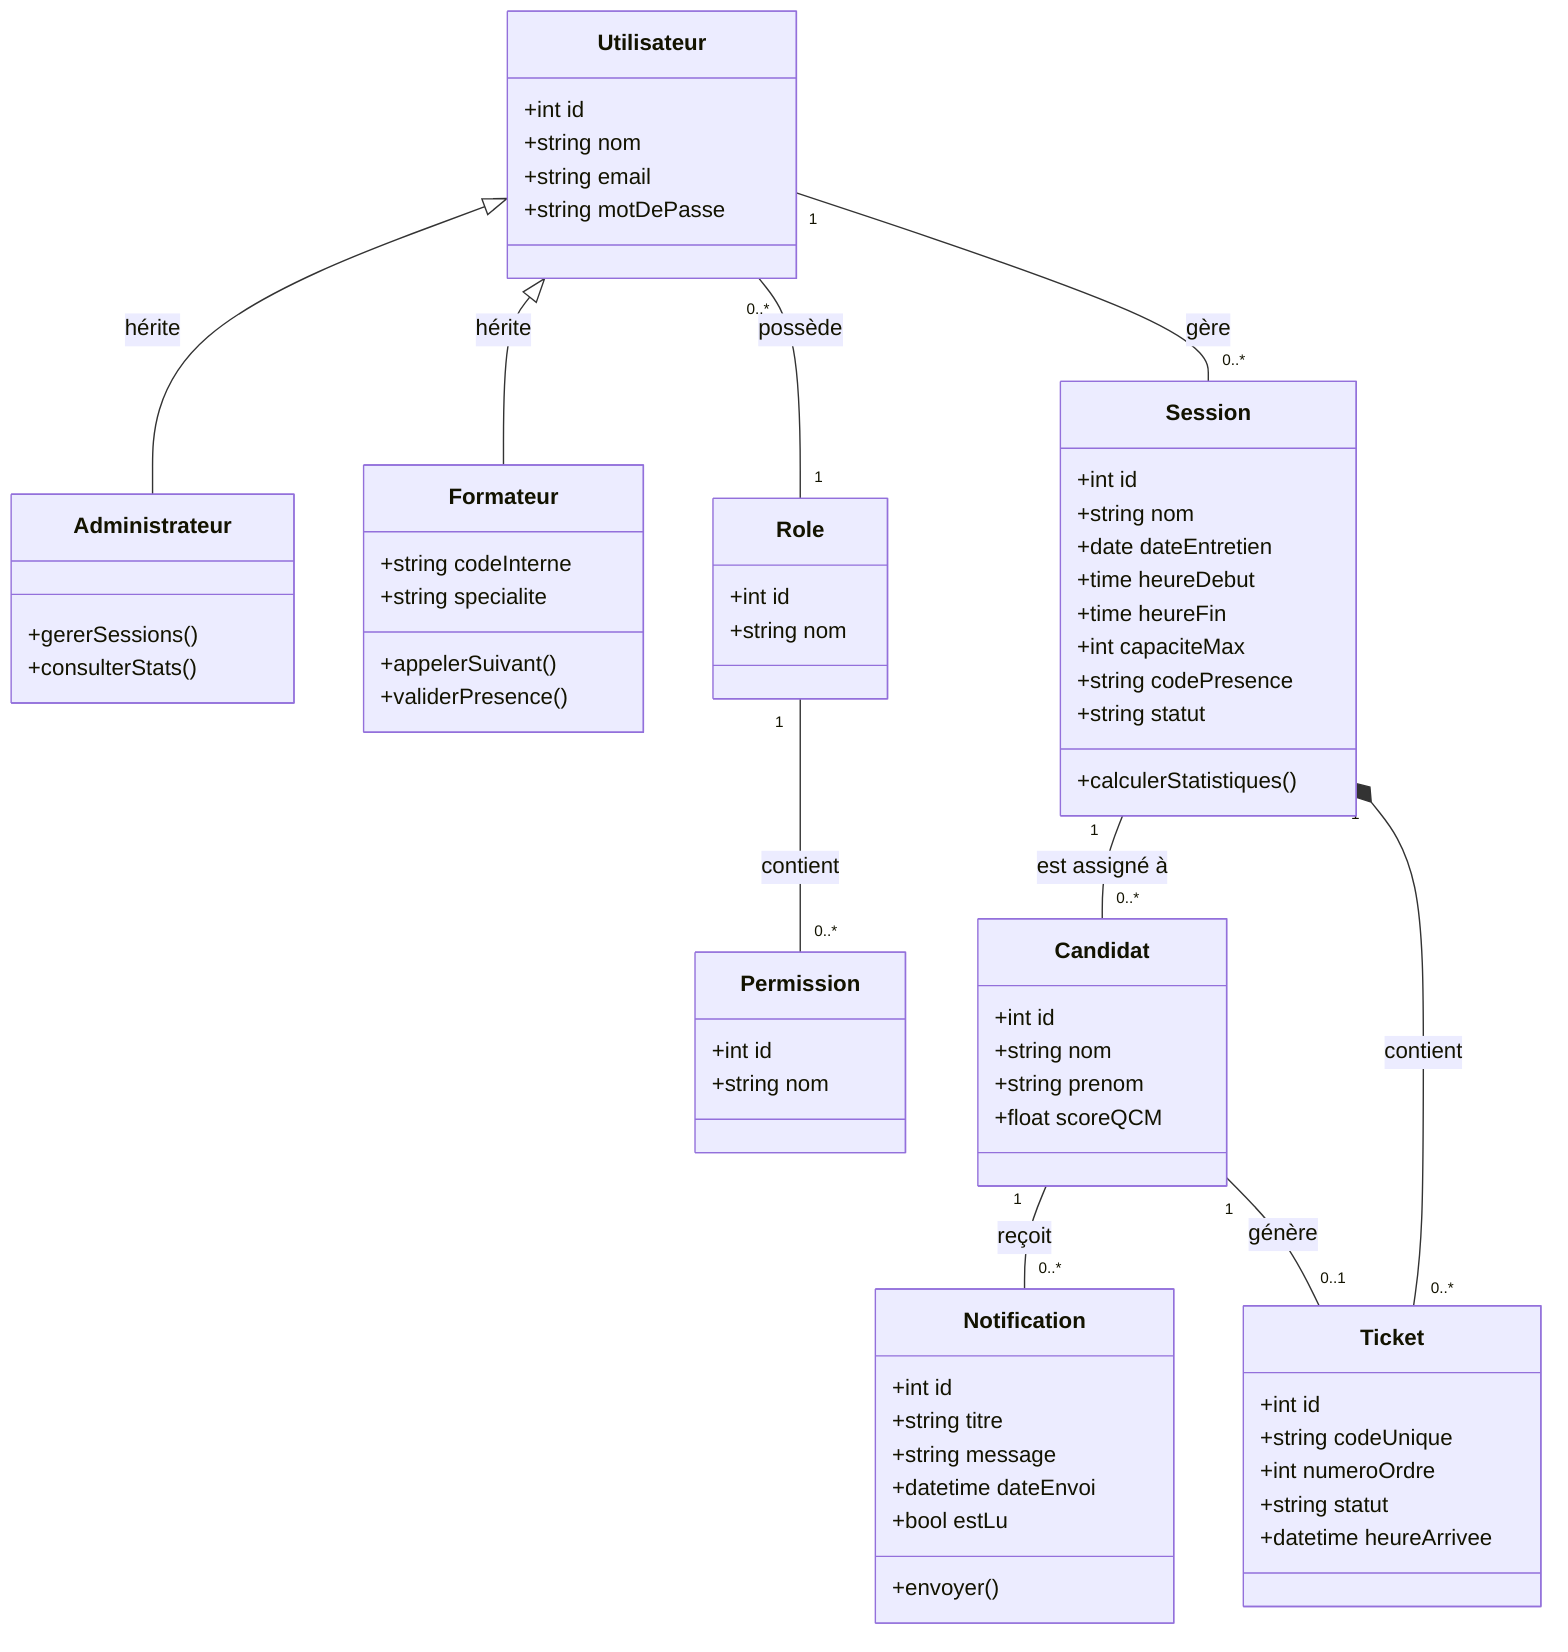
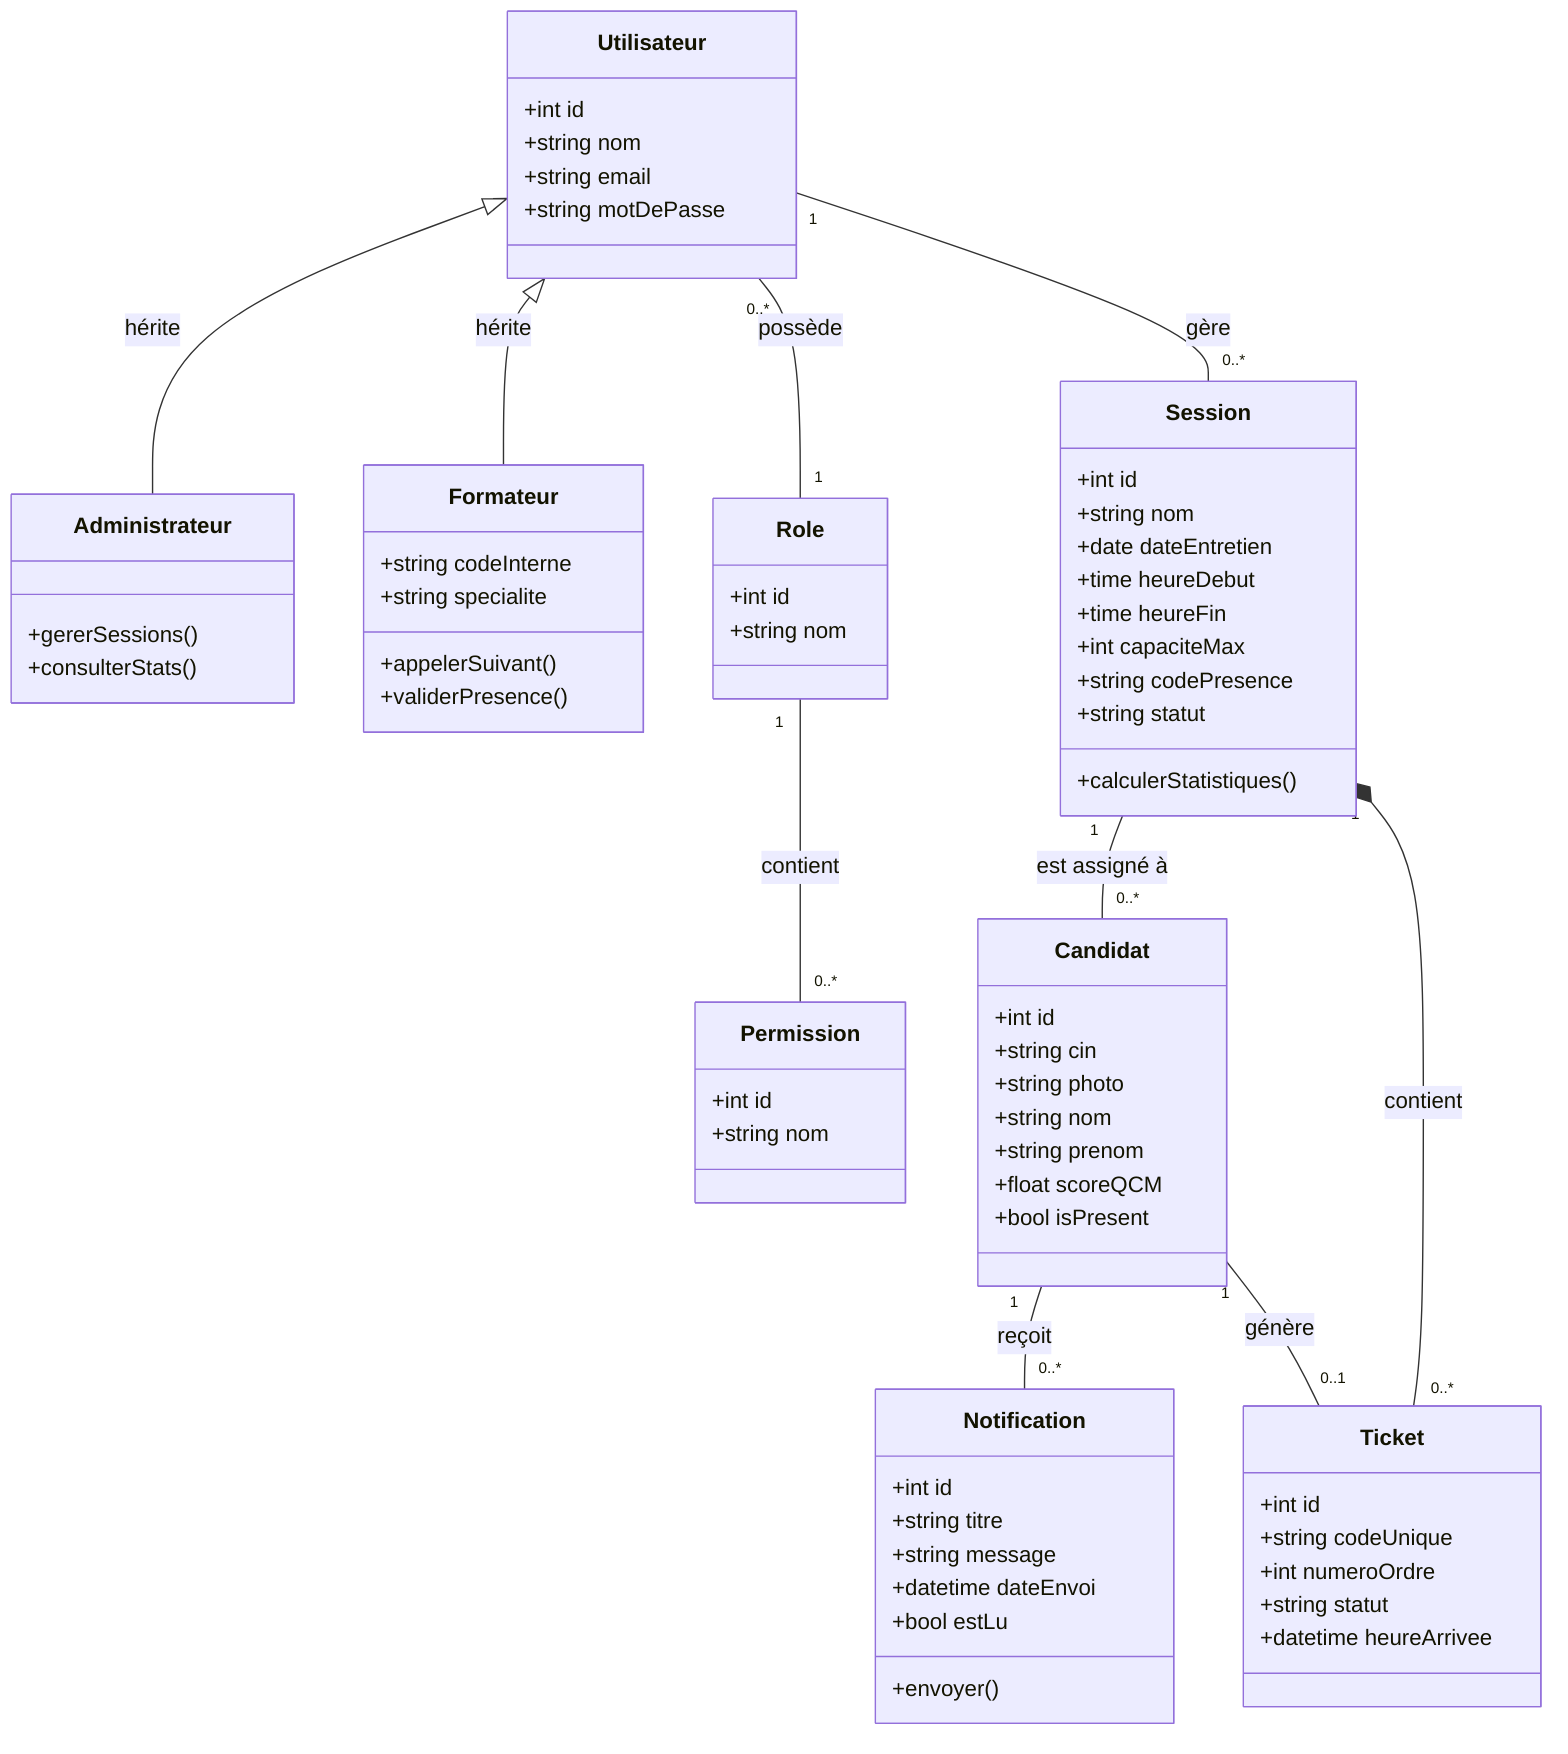
classDiagram
    %% Classe Parent
    class Utilisateur {
        +int id
        +string nom
        +string email
        +string motDePasse
    }

    %% Héritage avec attributs uniques pour le Staff
    class Administrateur {
        +gererSessions()
        +consulterStats()
    }

    class Formateur {
        +string codeInterne
        +string specialite
        +appelerSuivant()
        +validerPresence()
    }

    Utilisateur <|-- Administrateur : hérite
    Utilisateur <|-- Formateur : hérite

    %% Entité Notification
    class Notification {
        +int id
        +string titre
        +string message
        +datetime dateEnvoi
        +bool estLu
        +envoyer()
    }

    class Role {
        +int id
        +string nom
    }

    class Permission {
        +int id
        +string nom
    }

    class Session {
        +int id
        +string nom
        +date dateEntretien
        +time heureDebut
        +time heureFin
        +int capaciteMax
        +string codePresence
        +string statut
        +calculerStatistiques()
    }

    class Candidat {
        +int id
+         +string cin
+         +string photo
        +string nom
        +string prenom
        +float scoreQCM
+         +bool isPresent
    }

    class Ticket {
        +int id
        +string codeUnique
        +int numeroOrdre
        +string statut
        +datetime heureArrivee
    }

    %% Relations
    Utilisateur "0..*" -- "1" Role : possède
    Role "1" -- "0..*" Permission : contient
    Utilisateur "1" -- "0..*" Session : gère

    %% SEUL LE CANDIDAT REÇOIT DES NOTIFICATIONS
    Candidat "1" -- "0..*" Notification : reçoit

    Session "1" -- "0..*" Candidat : est assigné à
    Candidat "1" -- "0..1" Ticket : génère
    Session "1" *-- "0..*" Ticket : contient